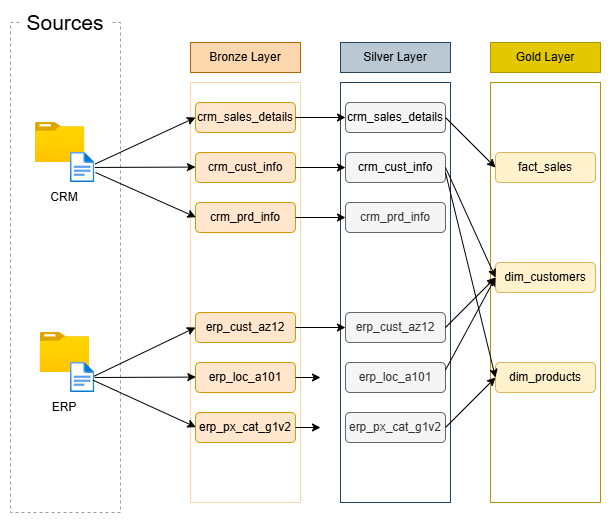
Above: Documentation/flow_diagram.png in Palme-04/Data-Warehouse-Project (draw.io), before the change. Source tidied: cells renumbered, new cells last; positions are measured from the earlier drawing's top-left corner, leaving out a move shared by most shapes.
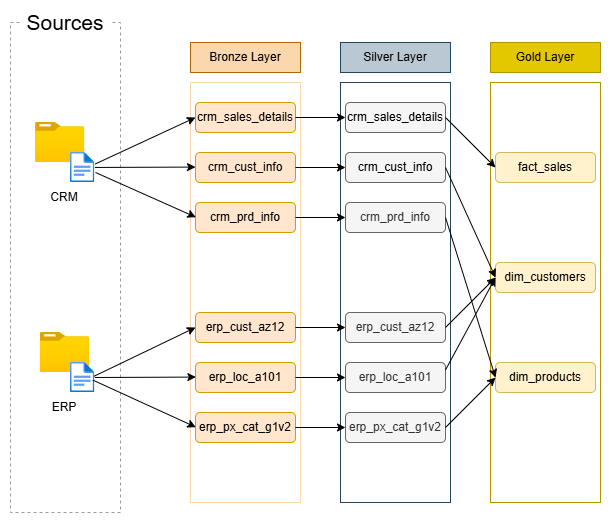
The same file after the commit.

Commit message:
Fix error in flow diagram

Diff of the diagram source:
```diff
@@ -129,16 +129,14 @@
     <mxCell id="40" style="endArrow=classic;html=1;rounded=0;endFill=1;exitX=1;exitY=0.5;exitDx=0;exitDy=0;entryX=0;entryY=0.5;entryDx=0;entryDy=0;" parent="1" edge="1" source="19" target="31">
       <mxGeometry relative="1" as="geometry" />
     </mxCell>
-    <mxCell id="41" style="endArrow=classic;html=1;rounded=0;endFill=1;exitX=1;exitY=0.5;exitDx=0;exitDy=0;entryX=0;entryY=0.5;entryDx=0;entryDy=0;" parent="1" edge="1">
+    <mxCell id="41" style="endArrow=classic;html=1;rounded=0;endFill=1;exitX=1;exitY=0.5;exitDx=0;exitDy=0;entryX=0;entryY=0.5;entryDx=0;entryDy=0;" parent="1" edge="1" target="32">
       <mxGeometry relative="1" as="geometry">
         <mxPoint x="285" y="365" as="sourcePoint" />
-        <mxPoint x="310" y="365" as="targetPoint" />
       </mxGeometry>
     </mxCell>
-    <mxCell id="42" style="endArrow=classic;html=1;rounded=0;endFill=1;entryX=0;entryY=0.5;entryDx=0;entryDy=0;exitX=1;exitY=0.5;exitDx=0;exitDy=0;" parent="1" edge="1">
+    <mxCell id="42" style="endArrow=classic;html=1;rounded=0;endFill=1;entryX=0;entryY=0.5;entryDx=0;entryDy=0;exitX=1;exitY=0.5;exitDx=0;exitDy=0;" parent="1" edge="1" target="33">
       <mxGeometry relative="1" as="geometry">
         <mxPoint x="285" y="415" as="sourcePoint" />
-        <mxPoint x="310" y="415" as="targetPoint" />
       </mxGeometry>
     </mxCell>
     <mxCell id="43" style="endArrow=classic;html=1;rounded=0;endFill=1;exitX=1;exitY=0.5;exitDx=0;exitDy=0;entryX=0;entryY=0.5;entryDx=0;entryDy=0;" parent="1" edge="1" source="28" target="34">
@@ -156,10 +154,8 @@
     <mxCell id="47" style="endArrow=classic;html=1;rounded=0;endFill=1;exitX=1;exitY=0.5;exitDx=0;exitDy=0;entryX=0;entryY=0.5;entryDx=0;entryDy=0;" parent="1" edge="1" source="33" target="36">
       <mxGeometry relative="1" as="geometry" />
     </mxCell>
-    <mxCell id="48" style="endArrow=classic;html=1;rounded=0;endFill=1;entryX=0;entryY=0.5;entryDx=0;entryDy=0;" parent="1" edge="1" target="36">
-      <mxGeometry relative="1" as="geometry">
-        <mxPoint x="435" y="160" as="sourcePoint" />
-      </mxGeometry>
-    </mxCell>
+    <mxCell id="49" style="endArrow=classic;html=1;rounded=0;endFill=1;entryX=0;entryY=0.5;entryDx=0;entryDy=0;exitX=1;exitY=0.5;exitDx=0;exitDy=0;" parent="1" edge="1" source="30" target="36">
+      <mxGeometry relative="1" as="geometry" />
+    </mxCell>
   </root>
 </mxGraphModel>
```
